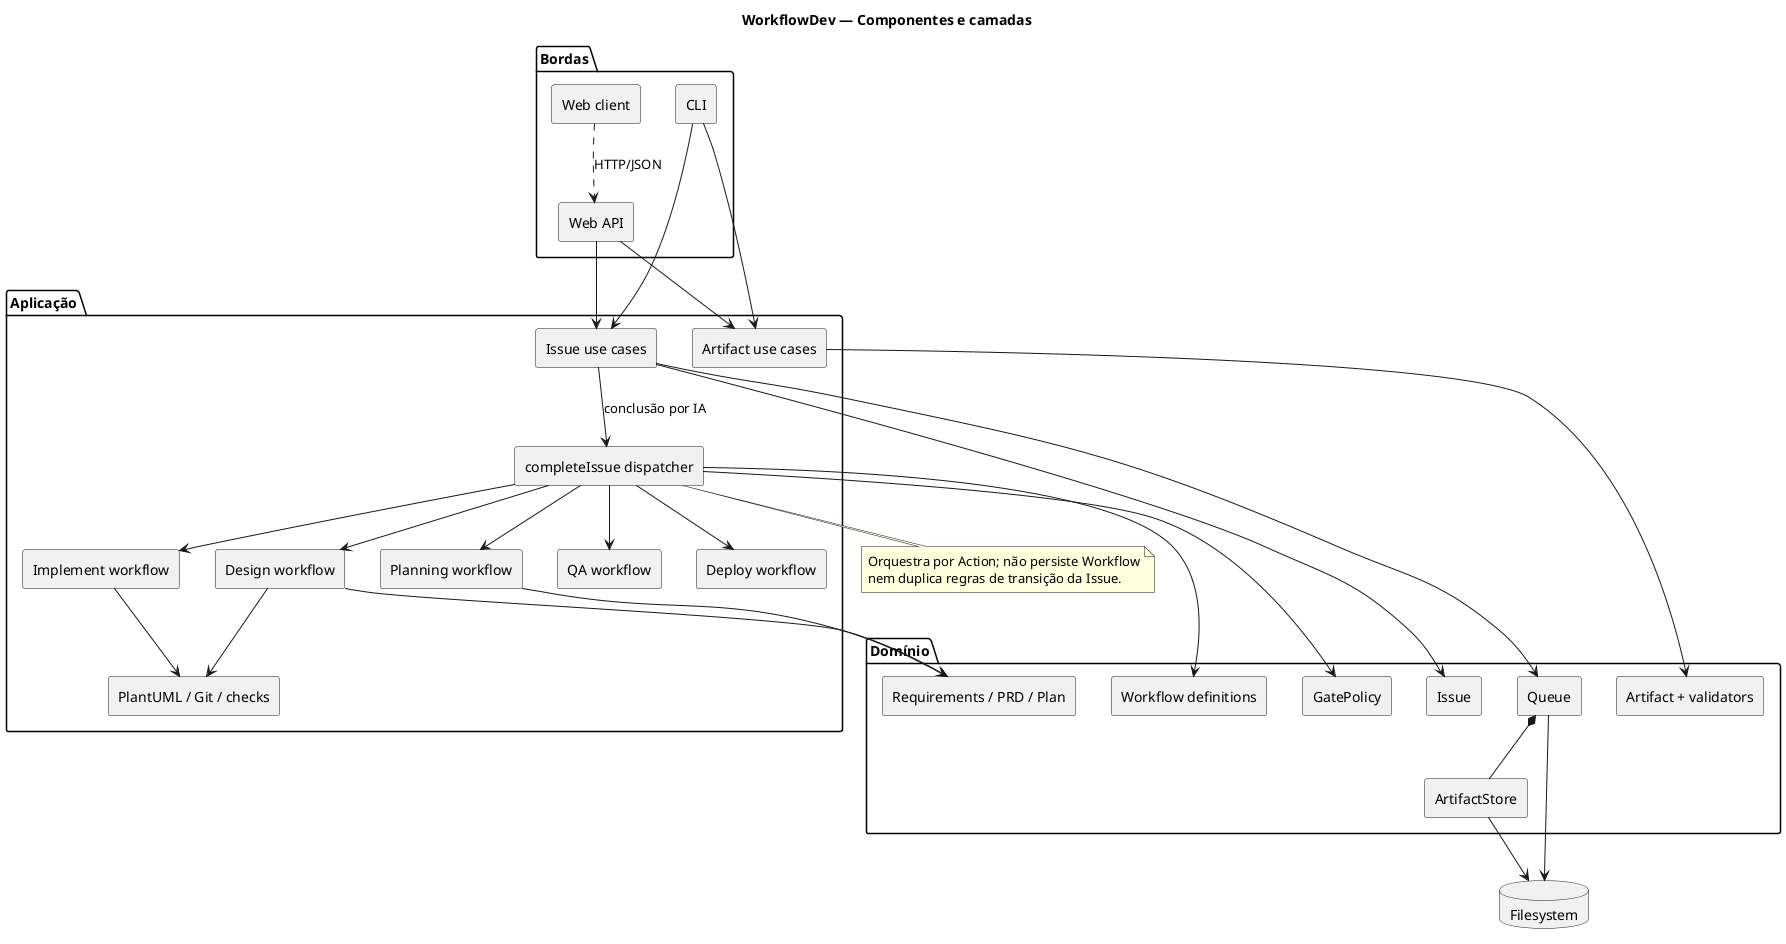
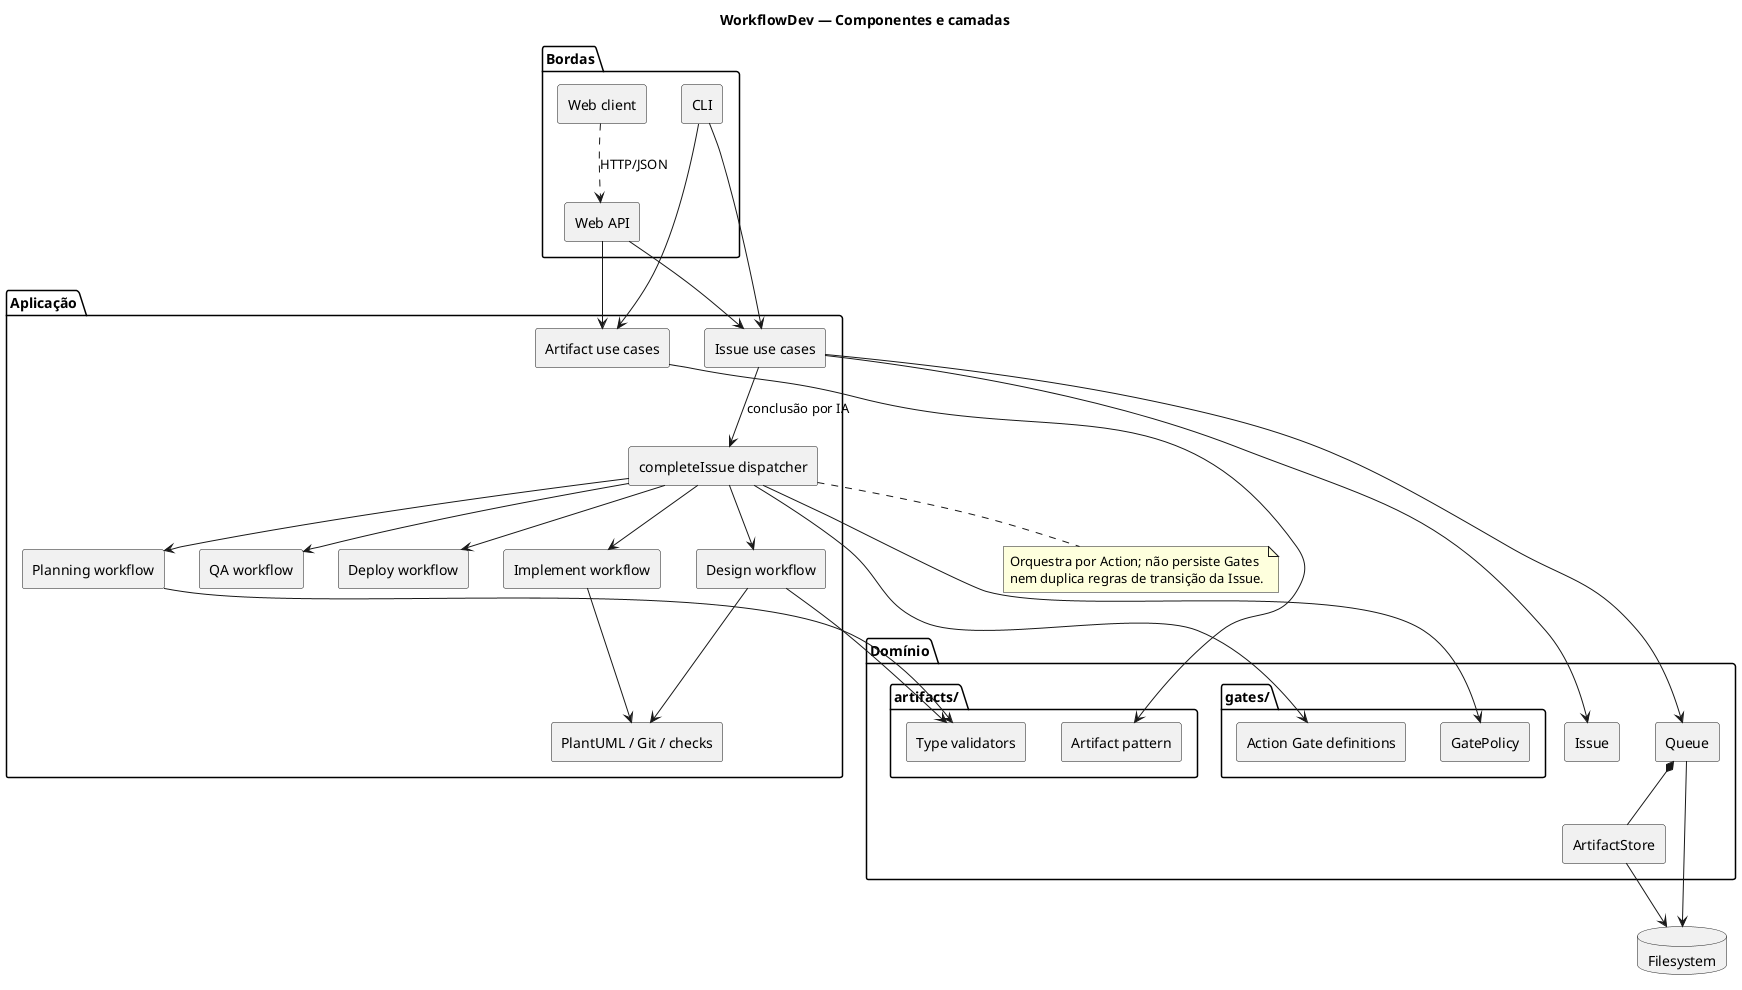
@startuml components
title WorkflowDev — Componentes e camadas
skinparam componentStyle rectangle

package "Bordas" {
  [CLI] as CLI
  [Web API] as API
  [Web client] as WEB
}

package "Aplicação" {
  [Issue use cases] as IUC
  [Artifact use cases] as AUC
  [completeIssue dispatcher] as COMPLETE
  [Planning workflow] as PLAN
  [Design workflow] as DESIGN
  [Implement workflow] as IMPLEMENT
  [QA workflow] as QA
  [Deploy workflow] as DEPLOY
  [PlantUML / Git / checks] as EFFECTS
}

package "Domínio" {
  [Issue] as ISSUE
-   [Artifact + validators] as ARTIFACT
-   [Workflow definitions] as WORKFLOW
-   [GatePolicy] as POLICY
-   [Requirements / PRD / Plan] as SPECS
+   package "artifacts/" {
+     [Artifact pattern] as ARTIFACT
+     [Type validators] as SPECS
+   }
+   package "gates/" {
+     [Action Gate definitions] as GATES
+     [GatePolicy] as POLICY
+   }
  [Queue] as QUEUE
  [ArtifactStore] as STORE
}

database "Filesystem" as FS

CLI --> IUC
CLI --> AUC
API --> IUC
API --> AUC
WEB ..> API : HTTP/JSON
IUC --> COMPLETE : conclusão por IA
COMPLETE --> PLAN
COMPLETE --> DESIGN
COMPLETE --> IMPLEMENT
COMPLETE --> QA
COMPLETE --> DEPLOY
- COMPLETE --> WORKFLOW
+ COMPLETE --> GATES
COMPLETE --> POLICY
DESIGN --> EFFECTS
IMPLEMENT --> EFFECTS
AUC --> ARTIFACT
PLAN --> SPECS
DESIGN --> SPECS
IUC --> ISSUE
IUC --> QUEUE
QUEUE *-- STORE
QUEUE --> FS
STORE --> FS

note bottom of COMPLETE
-   Orquestra por Action; não persiste Workflow
+   Orquestra por Action; não persiste Gates
  nem duplica regras de transição da Issue.
end note
@enduml
